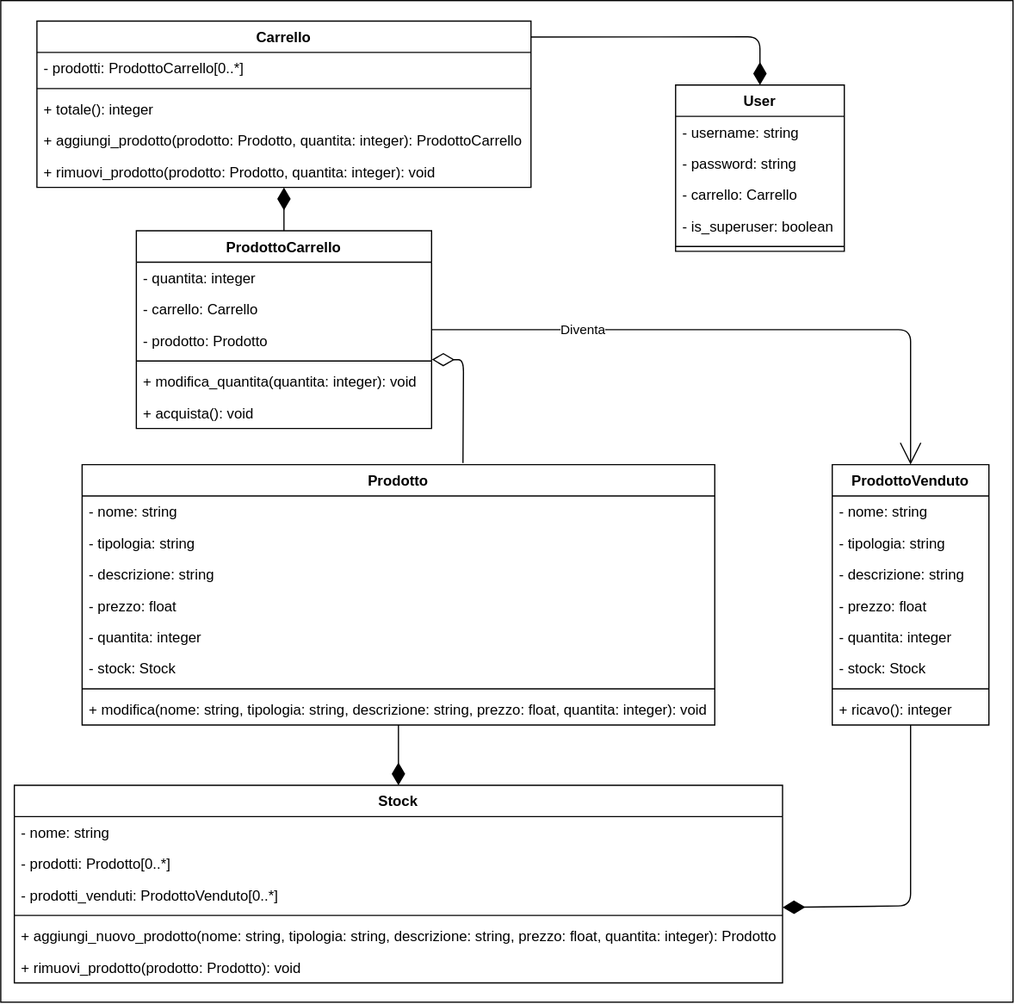
Earlier version of the draw.io export diagrammi/classi.drawio.svg (MickTK/ProgettoFinaleISW). Source tidied: cells renumbered, new cells last; positions are measured from the earlier drawing's top-left corner, leaving out a move shared by most shapes.
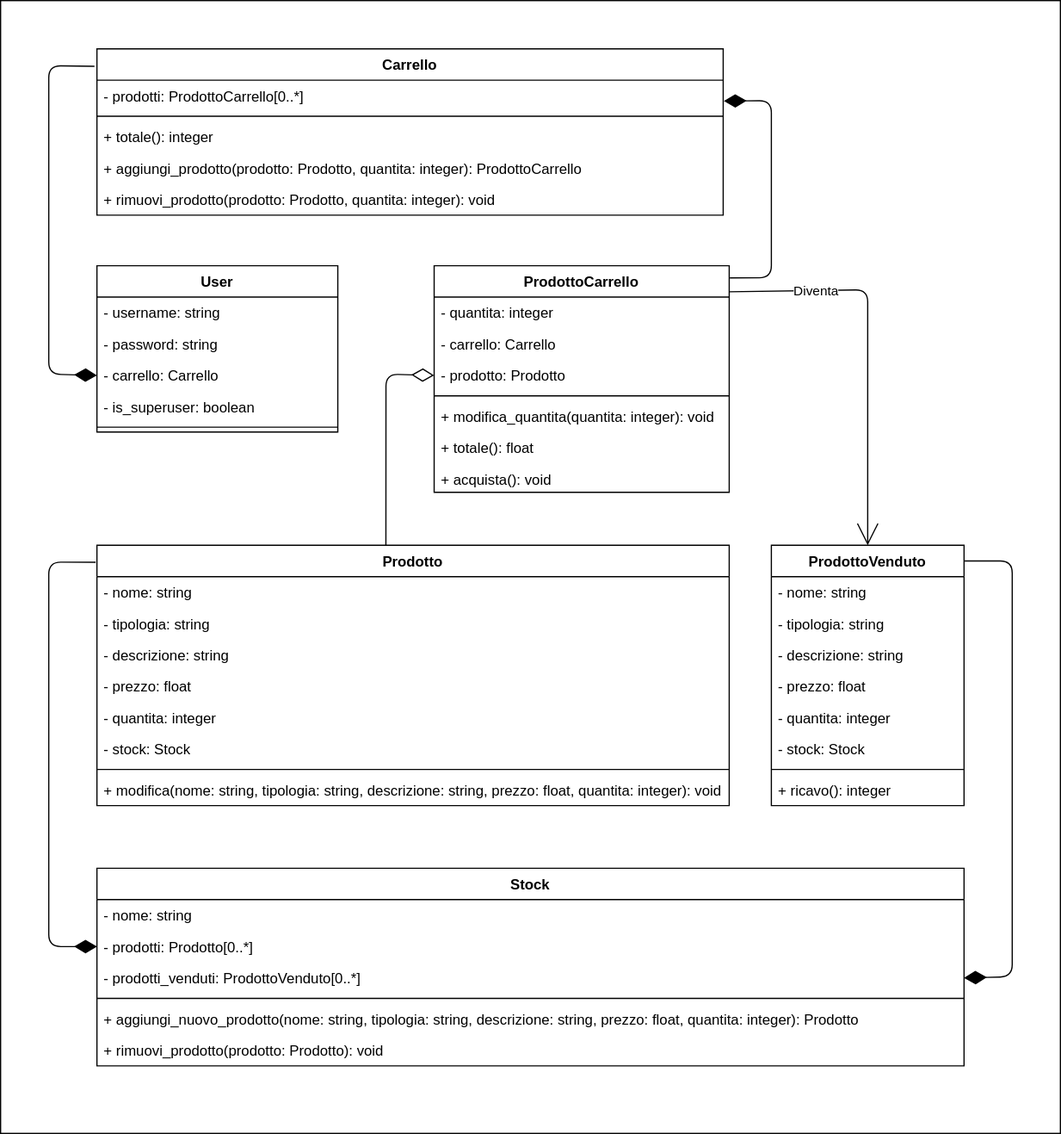
The same file after the commit.

Change to the diagram source:
```diff
@@ -3,28 +3,28 @@
     <mxCell id="0" />
     <mxCell id="1" parent="0" />
     <mxCell id="2" style="rounded=0;whiteSpace=wrap;html=1;" parent="1" vertex="1">
-      <mxGeometry width="840" height="831" as="geometry" />
+      <mxGeometry x="-40" y="-40" width="880" height="940" as="geometry" />
     </mxCell>
     <mxCell id="3" value="Carrello" style="swimlane;fontStyle=1;align=center;verticalAlign=top;horizontal=1;startSize=26;" parent="1" vertex="1">
-      <mxGeometry x="30" y="17" width="410" height="138" as="geometry" />
+      <mxGeometry x="40" width="520" height="138" as="geometry" />
     </mxCell>
     <mxCell id="4" value="- prodotti: ProdottoCarrello[0..*]" style="text;strokeColor=none;fillColor=none;align=left;verticalAlign=top;spacingLeft=4;spacingRight=4;overflow=hidden;points=[[0,0.5],[1,0.5]];portConstraint=eastwest;" parent="3" vertex="1">
-      <mxGeometry y="26" width="410" height="26" as="geometry" />
+      <mxGeometry y="26" width="520" height="26" as="geometry" />
     </mxCell>
     <mxCell id="5" style="line;strokeWidth=1;fillColor=none;align=left;verticalAlign=middle;spacingTop=-1;spacingLeft=3;spacingRight=3;labelPosition=right;strokeColor=inherit;" parent="3" vertex="1">
-      <mxGeometry y="52" width="410" height="8" as="geometry" />
+      <mxGeometry y="52" width="520" height="8" as="geometry" />
     </mxCell>
     <mxCell id="6" value="+ totale(): integer" style="text;strokeColor=none;fillColor=none;align=left;verticalAlign=top;spacingLeft=4;spacingRight=4;overflow=hidden;" parent="3" vertex="1">
-      <mxGeometry y="60" width="410" height="26" as="geometry" />
+      <mxGeometry y="60" width="520" height="26" as="geometry" />
     </mxCell>
     <mxCell id="7" value="+ aggiungi_prodotto(prodotto: Prodotto, quantita: integer): ProdottoCarrello" style="text;strokeColor=none;fillColor=none;align=left;verticalAlign=top;spacingLeft=4;spacingRight=4;overflow=hidden;" parent="3" vertex="1">
-      <mxGeometry y="86" width="410" height="26" as="geometry" />
+      <mxGeometry y="86" width="520" height="26" as="geometry" />
     </mxCell>
     <mxCell id="8" value="+ rimuovi_prodotto(prodotto: Prodotto, quantita: integer): void" style="text;strokeColor=none;fillColor=none;align=left;verticalAlign=top;spacingLeft=4;spacingRight=4;overflow=hidden;" parent="3" vertex="1">
-      <mxGeometry y="112" width="410" height="26" as="geometry" />
+      <mxGeometry y="112" width="520" height="26" as="geometry" />
     </mxCell>
     <mxCell id="9" value="ProdottoCarrello" style="swimlane;fontStyle=1;align=center;verticalAlign=top;horizontal=1;startSize=26;" parent="1" vertex="1">
-      <mxGeometry x="112.5" y="191" width="245" height="164" as="geometry" />
+      <mxGeometry x="320" y="180" width="245" height="188" as="geometry" />
     </mxCell>
     <mxCell id="10" value="- quantita: integer" style="text;strokeColor=none;fillColor=none;align=left;verticalAlign=top;spacingLeft=4;spacingRight=4;overflow=hidden;" parent="9" vertex="1">
       <mxGeometry y="26" width="245" height="26" as="geometry" />
@@ -41,11 +41,14 @@
     <mxCell id="14" value="+ modifica_quantita(quantita: integer): void" style="text;strokeColor=none;fillColor=none;align=left;verticalAlign=top;spacingLeft=4;spacingRight=4;overflow=hidden;" parent="9" vertex="1">
       <mxGeometry y="112" width="245" height="26" as="geometry" />
     </mxCell>
+    <mxCell id="54" value="+ totale(): float" style="text;strokeColor=none;fillColor=none;align=left;verticalAlign=top;spacingLeft=4;spacingRight=4;overflow=hidden;" parent="9" vertex="1">
+      <mxGeometry y="138" width="245" height="26" as="geometry" />
+    </mxCell>
     <mxCell id="15" value="+ acquista(): void" style="text;strokeColor=none;fillColor=none;align=left;verticalAlign=top;spacingLeft=4;spacingRight=4;overflow=hidden;" parent="9" vertex="1">
-      <mxGeometry y="138" width="245" height="26" as="geometry" />
+      <mxGeometry y="164" width="245" height="24" as="geometry" />
     </mxCell>
     <mxCell id="16" value="Prodotto" style="swimlane;fontStyle=1;align=center;verticalAlign=top;horizontal=1;startSize=26;" parent="1" vertex="1">
-      <mxGeometry x="67.5" y="385" width="525" height="216" as="geometry" />
+      <mxGeometry x="40" y="412" width="525" height="216" as="geometry" />
     </mxCell>
     <mxCell id="17" value="- nome: string" style="text;strokeColor=none;fillColor=none;align=left;verticalAlign=top;spacingLeft=4;spacingRight=4;overflow=hidden;" parent="16" vertex="1">
       <mxGeometry y="26" width="525" height="26" as="geometry" />
@@ -72,68 +75,79 @@
       <mxGeometry y="190" width="525" height="26" as="geometry" />
     </mxCell>
     <mxCell id="25" value="User" style="swimlane;fontStyle=1;align=center;verticalAlign=top;horizontal=1;startSize=26;" parent="1" vertex="1">
-      <mxGeometry x="560" y="70" width="140" height="138" as="geometry" />
+      <mxGeometry x="40" y="180" width="200" height="138" as="geometry" />
     </mxCell>
     <mxCell id="26" value="- username: string" style="text;strokeColor=none;fillColor=none;align=left;verticalAlign=top;spacingLeft=4;spacingRight=4;overflow=hidden;" parent="25" vertex="1">
-      <mxGeometry y="26" width="140" height="26" as="geometry" />
+      <mxGeometry y="26" width="200" height="26" as="geometry" />
     </mxCell>
     <mxCell id="27" value="- password: string" style="text;strokeColor=none;fillColor=none;align=left;verticalAlign=top;spacingLeft=4;spacingRight=4;overflow=hidden;" parent="25" vertex="1">
-      <mxGeometry y="52" width="140" height="26" as="geometry" />
+      <mxGeometry y="52" width="200" height="26" as="geometry" />
     </mxCell>
     <mxCell id="28" value="- carrello: Carrello" style="text;strokeColor=none;fillColor=none;align=left;verticalAlign=top;spacingLeft=4;spacingRight=4;overflow=hidden;points=[[0,0.5],[1,0.5]];portConstraint=eastwest;" parent="25" vertex="1">
-      <mxGeometry y="78" width="140" height="26" as="geometry" />
+      <mxGeometry y="78" width="200" height="26" as="geometry" />
     </mxCell>
     <mxCell id="29" value="- is_superuser: boolean" style="text;strokeColor=none;fillColor=none;align=left;verticalAlign=top;spacingLeft=4;spacingRight=4;overflow=hidden;" parent="25" vertex="1">
-      <mxGeometry y="104" width="140" height="26" as="geometry" />
+      <mxGeometry y="104" width="200" height="26" as="geometry" />
     </mxCell>
     <mxCell id="30" style="line;strokeWidth=1;fillColor=none;align=left;verticalAlign=middle;spacingTop=-1;spacingLeft=3;spacingRight=3;labelPosition=right;strokeColor=inherit;" parent="25" vertex="1">
-      <mxGeometry y="130" width="140" height="8" as="geometry" />
+      <mxGeometry y="130" width="200" height="8" as="geometry" />
     </mxCell>
-    <mxCell id="31" style="endArrow=diamondThin;html=1;endFill=1;startArrow=none;startFill=0;endSize=16;exitX=1;exitY=0.096;exitDx=0;exitDy=0;exitPerimeter=0;entryX=0.5;entryY=0;entryDx=0;entryDy=0;" parent="1" edge="1" source="3" target="25">
+    <mxCell id="31" style="endArrow=diamondThin;html=1;endFill=1;startArrow=none;startFill=0;endSize=16;entryX=0;entryY=0.5;entryDx=0;entryDy=0;exitX=-0.004;exitY=0.105;exitDx=0;exitDy=0;exitPerimeter=0;" parent="1" edge="1" source="3" target="28">
       <mxGeometry relative="1" as="geometry">
         <Array as="points">
-          <mxPoint x="630" y="30" />
+          <mxPoint y="14" />
+          <mxPoint y="270" />
         </Array>
       </mxGeometry>
     </mxCell>
-    <mxCell id="32" style="endArrow=diamondThin;html=1;endFill=1;startArrow=none;startFill=0;endSize=16;" parent="1" edge="1" source="9" target="3">
-      <mxGeometry relative="1" as="geometry" />
+    <mxCell id="32" style="endArrow=diamondThin;html=1;endFill=1;startArrow=none;startFill=0;endSize=16;exitX=1.002;exitY=0.054;exitDx=0;exitDy=0;exitPerimeter=0;entryX=1.001;entryY=0.666;entryDx=0;entryDy=0;entryPerimeter=0;" parent="1" edge="1" source="9" target="4">
+      <mxGeometry relative="1" as="geometry">
+        <Array as="points">
+          <mxPoint x="600" y="190" />
+          <mxPoint x="600" y="43" />
+        </Array>
+      </mxGeometry>
     </mxCell>
-    <mxCell id="33" style="endArrow=diamondThin;html=1;endFill=0;startArrow=none;startFill=0;endSize=16;entryX=1.001;entryY=0.355;entryDx=0;entryDy=0;entryPerimeter=0;exitX=0.602;exitY=-0.006;exitDx=0;exitDy=0;exitPerimeter=0;" parent="1" edge="1" source="16" target="13">
+    <mxCell id="33" style="endArrow=diamondThin;html=1;endFill=0;startArrow=none;startFill=0;endSize=16;entryX=0;entryY=0.5;entryDx=0;entryDy=0;exitX=0.457;exitY=-0.001;exitDx=0;exitDy=0;exitPerimeter=0;" parent="1" edge="1" source="16" target="12">
       <mxGeometry relative="1" as="geometry">
         <Array as="points">
-          <mxPoint x="384" y="298" />
+          <mxPoint x="280" y="270" />
         </Array>
       </mxGeometry>
     </mxCell>
     <mxCell id="34" value="Stock" style="swimlane;fontStyle=1;align=center;verticalAlign=top;horizontal=1;startSize=26;" parent="1" vertex="1">
-      <mxGeometry x="11.2" y="651" width="637.5" height="164" as="geometry" />
+      <mxGeometry x="40" y="680" width="720" height="164" as="geometry" />
     </mxCell>
     <mxCell id="35" value="- nome: string" style="text;strokeColor=none;fillColor=none;align=left;verticalAlign=top;spacingLeft=4;spacingRight=4;overflow=hidden;" parent="34" vertex="1">
-      <mxGeometry y="26" width="637.5" height="26" as="geometry" />
+      <mxGeometry y="26" width="720" height="26" as="geometry" />
     </mxCell>
     <mxCell id="36" value="- prodotti: Prodotto[0..*]" style="text;strokeColor=none;fillColor=none;align=left;verticalAlign=top;spacingLeft=4;spacingRight=4;overflow=hidden;points=[[0,0.5],[1,0.5]];portConstraint=eastwest;" parent="34" vertex="1">
-      <mxGeometry y="52" width="637.5" height="26" as="geometry" />
+      <mxGeometry y="52" width="720" height="26" as="geometry" />
     </mxCell>
     <mxCell id="37" value="- prodotti_venduti: ProdottoVenduto[0..*]" style="text;strokeColor=none;fillColor=none;align=left;verticalAlign=top;spacingLeft=4;spacingRight=4;overflow=hidden;points=[[0,0.5],[1,0.5]];portConstraint=eastwest;" parent="34" vertex="1">
-      <mxGeometry y="78" width="637.5" height="26" as="geometry" />
+      <mxGeometry y="78" width="720" height="26" as="geometry" />
     </mxCell>
     <mxCell id="38" style="line;strokeWidth=1;fillColor=none;align=left;verticalAlign=middle;spacingTop=-1;spacingLeft=3;spacingRight=3;labelPosition=right;strokeColor=inherit;" parent="34" vertex="1">
-      <mxGeometry y="104" width="637.5" height="8" as="geometry" />
+      <mxGeometry y="104" width="720" height="8" as="geometry" />
     </mxCell>
     <mxCell id="39" value="+ aggiungi_nuovo_prodotto(nome: string, tipologia: string, descrizione: string, prezzo: float, quantita: integer): Prodotto" style="text;strokeColor=none;fillColor=none;align=left;verticalAlign=top;spacingLeft=4;spacingRight=4;overflow=hidden;" parent="34" vertex="1">
-      <mxGeometry y="112" width="637.5" height="26" as="geometry" />
+      <mxGeometry y="112" width="720" height="26" as="geometry" />
     </mxCell>
     <mxCell id="40" value="+ rimuovi_prodotto(prodotto: Prodotto): void" style="text;strokeColor=none;fillColor=none;align=left;verticalAlign=top;spacingLeft=4;spacingRight=4;overflow=hidden;" parent="34" vertex="1">
-      <mxGeometry y="138" width="637.5" height="26" as="geometry" />
+      <mxGeometry y="138" width="720" height="26" as="geometry" />
     </mxCell>
-    <mxCell id="41" style="endArrow=diamondThin;html=1;endFill=1;startArrow=none;startFill=0;endSize=16;" parent="1" edge="1" source="16" target="34">
-      <mxGeometry relative="1" as="geometry" />
+    <mxCell id="41" style="endArrow=diamondThin;html=1;endFill=1;startArrow=none;startFill=0;endSize=16;entryX=0;entryY=0.5;entryDx=0;entryDy=0;exitX=-0.002;exitY=0.065;exitDx=0;exitDy=0;exitPerimeter=0;" parent="1" edge="1" source="16" target="36">
+      <mxGeometry relative="1" as="geometry">
+        <Array as="points">
+          <mxPoint y="426" />
+          <mxPoint y="745" />
+        </Array>
+      </mxGeometry>
     </mxCell>
-    <mxCell id="42" style="endArrow=none;html=1;endFill=0;startArrow=open;startFill=0;endSize=16;startSize=16;" parent="1" edge="1" source="45" target="9">
+    <mxCell id="42" style="endArrow=none;html=1;endFill=0;startArrow=open;startFill=0;endSize=16;startSize=16;entryX=0.999;entryY=0.115;entryDx=0;entryDy=0;entryPerimeter=0;" parent="1" edge="1" source="45" target="9">
       <mxGeometry relative="1" as="geometry">
         <Array as="points">
-          <mxPoint x="755" y="273" />
+          <mxPoint x="680" y="200" />
         </Array>
       </mxGeometry>
     </mxCell>
@@ -142,39 +156,40 @@
         <mxPoint x="-22" y="-1" as="offset" />
       </mxGeometry>
     </mxCell>
-    <mxCell id="44" style="endArrow=diamondThin;html=1;endFill=1;startArrow=none;startFill=0;endSize=16;entryX=1;entryY=0.899;entryDx=0;entryDy=0;entryPerimeter=0;" parent="1" edge="1" source="45" target="37">
+    <mxCell id="44" style="endArrow=diamondThin;html=1;endFill=1;startArrow=none;startFill=0;endSize=16;entryX=1;entryY=0.5;entryDx=0;entryDy=0;exitX=1;exitY=0.06;exitDx=0;exitDy=0;exitPerimeter=0;" parent="1" edge="1" source="45" target="37">
       <mxGeometry relative="1" as="geometry">
         <Array as="points">
-          <mxPoint x="755" y="751" />
+          <mxPoint x="800" y="425" />
+          <mxPoint x="800" y="770" />
         </Array>
       </mxGeometry>
     </mxCell>
     <mxCell id="45" value="ProdottoVenduto" style="swimlane;fontStyle=1;align=center;verticalAlign=top;horizontal=1;startSize=26;" parent="1" vertex="1">
-      <mxGeometry x="690" y="385" width="130" height="216" as="geometry" />
+      <mxGeometry x="600" y="412" width="160" height="216" as="geometry" />
     </mxCell>
     <mxCell id="46" value="- nome: string" style="text;strokeColor=none;fillColor=none;align=left;verticalAlign=top;spacingLeft=4;spacingRight=4;overflow=hidden;" parent="45" vertex="1">
-      <mxGeometry y="26" width="130" height="26" as="geometry" />
+      <mxGeometry y="26" width="160" height="26" as="geometry" />
     </mxCell>
     <mxCell id="47" value="- tipologia: string" style="text;strokeColor=none;fillColor=none;align=left;verticalAlign=top;spacingLeft=4;spacingRight=4;overflow=hidden;" parent="45" vertex="1">
-      <mxGeometry y="52" width="130" height="26" as="geometry" />
+      <mxGeometry y="52" width="160" height="26" as="geometry" />
     </mxCell>
     <mxCell id="48" value="- descrizione: string" style="text;strokeColor=none;fillColor=none;align=left;verticalAlign=top;spacingLeft=4;spacingRight=4;overflow=hidden;" parent="45" vertex="1">
-      <mxGeometry y="78" width="130" height="26" as="geometry" />
+      <mxGeometry y="78" width="160" height="26" as="geometry" />
     </mxCell>
     <mxCell id="49" value="- prezzo: float" style="text;strokeColor=none;fillColor=none;align=left;verticalAlign=top;spacingLeft=4;spacingRight=4;overflow=hidden;" parent="45" vertex="1">
-      <mxGeometry y="104" width="130" height="26" as="geometry" />
+      <mxGeometry y="104" width="160" height="26" as="geometry" />
     </mxCell>
     <mxCell id="50" value="- quantita: integer" style="text;strokeColor=none;fillColor=none;align=left;verticalAlign=top;spacingLeft=4;spacingRight=4;overflow=hidden;" parent="45" vertex="1">
-      <mxGeometry y="130" width="130" height="26" as="geometry" />
+      <mxGeometry y="130" width="160" height="26" as="geometry" />
     </mxCell>
     <mxCell id="51" value="- stock: Stock" style="text;strokeColor=none;fillColor=none;align=left;verticalAlign=top;spacingLeft=4;spacingRight=4;overflow=hidden;" parent="45" vertex="1">
-      <mxGeometry y="156" width="130" height="26" as="geometry" />
+      <mxGeometry y="156" width="160" height="26" as="geometry" />
     </mxCell>
     <mxCell id="52" style="line;strokeWidth=1;fillColor=none;align=left;verticalAlign=middle;spacingTop=-1;spacingLeft=3;spacingRight=3;labelPosition=right;strokeColor=inherit;" parent="45" vertex="1">
-      <mxGeometry y="182" width="130" height="8" as="geometry" />
+      <mxGeometry y="182" width="160" height="8" as="geometry" />
     </mxCell>
     <mxCell id="53" value="+ ricavo(): integer" style="text;strokeColor=none;fillColor=none;align=left;verticalAlign=top;spacingLeft=4;spacingRight=4;overflow=hidden;" parent="45" vertex="1">
-      <mxGeometry y="190" width="130" height="26" as="geometry" />
+      <mxGeometry y="190" width="160" height="26" as="geometry" />
     </mxCell>
   </root>
 </mxGraphModel>
```
